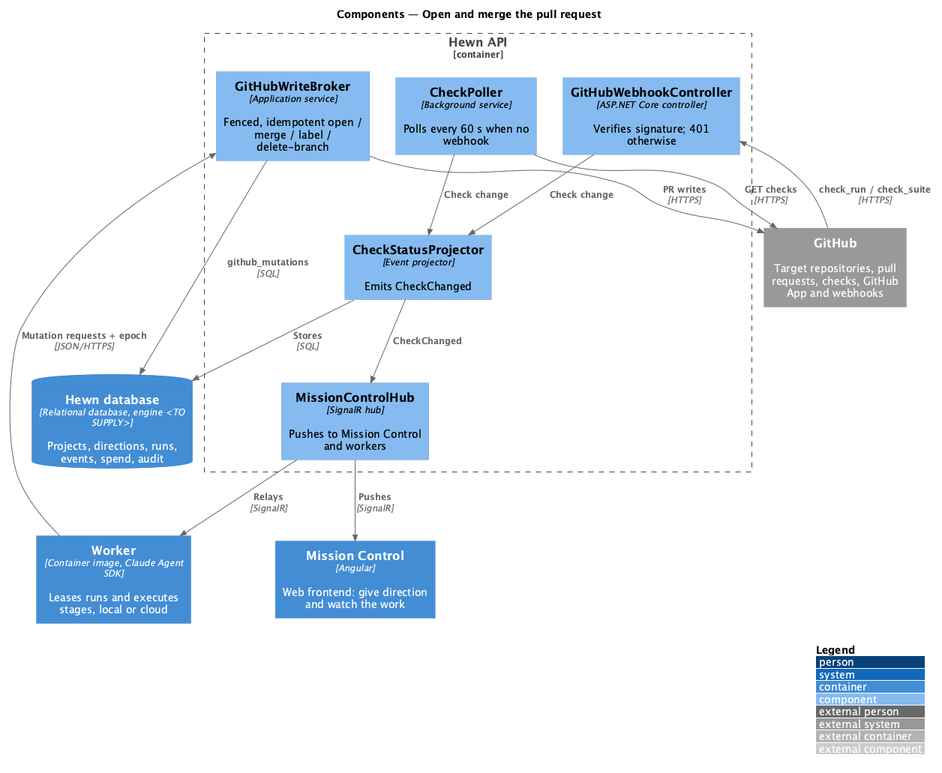
Before: docs/detailed-designs/increments/open-and-merge-pull-request/diagrams/c4-component.png, a diagram exported from PlantUML (QuinntyneBrown/hewn). The source it was exported from:
```plantuml
@startuml
!include <C4/C4_Component>
LAYOUT_WITH_LEGEND()
title Components — Open and merge the pull request

Container(worker, "Worker", "Container image, Claude Agent SDK", "Leases runs and executes stages, local or cloud")
Container(spa, "Mission Control", "Angular", "Web frontend: give direction and watch the work")
ContainerDb(db, "Hewn database", "Relational database, engine <TO SUPPLY>", "Projects, directions, runs, events, spend, audit")
Container_Boundary(api_b, "Hewn API") {
  Component(broker, "GitHubWriteBroker", "Application service", "Fenced, idempotent open / merge / label / delete-branch")
  Component(hook, "GitHubWebhookController", "ASP.NET Core controller", "Verifies signature; 401 otherwise")
  Component(poll, "CheckPoller", "Background service", "Polls every 60 s when no webhook")
  Component(proj, "CheckStatusProjector", "Event projector", "Emits CheckChanged")
  Component(hub, "MissionControlHub", "SignalR hub", "Pushes to Mission Control and workers")
}
System_Ext(github, "GitHub", "Target repositories, pull requests, checks, GitHub App and webhooks")

Rel(worker, broker, "Mutation requests + epoch", "JSON/HTTPS")
Rel(broker, github, "PR writes", "HTTPS")
Rel(broker, db, "github_mutations", "SQL")
Rel(github, hook, "check_run / check_suite", "HTTPS")
Rel(poll, github, "GET checks", "HTTPS")
Rel(hook, proj, "Check change")
Rel(poll, proj, "Check change")
Rel(proj, db, "Stores", "SQL")
Rel(proj, hub, "CheckChanged")
Rel(hub, spa, "Pushes", "SignalR")
Rel(hub, worker, "Relays", "SignalR")
@enduml
```
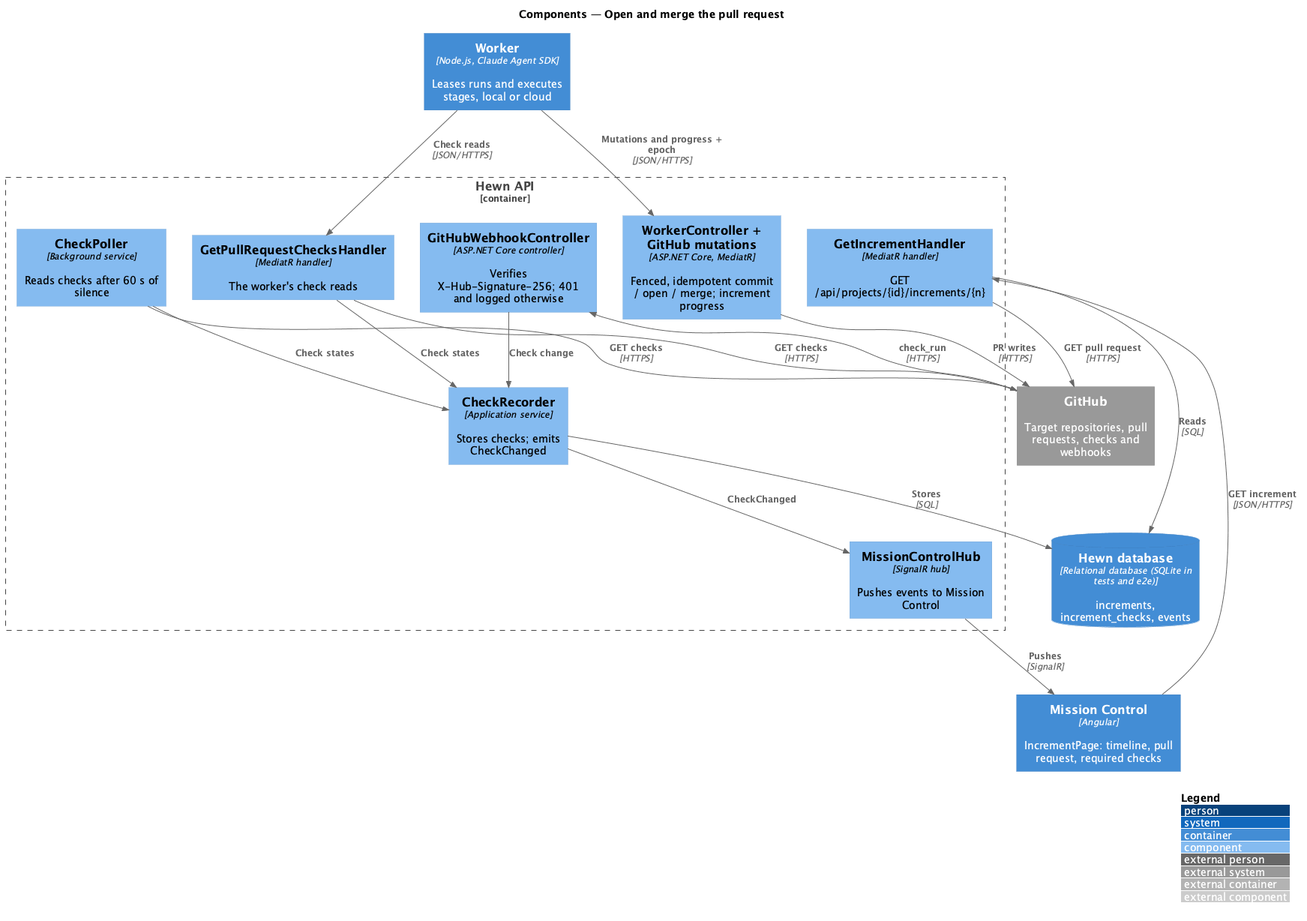
After the commit.

What changed in the source:
```diff
@@ -3,27 +3,32 @@
 LAYOUT_WITH_LEGEND()
 title Components — Open and merge the pull request
 
-Container(worker, "Worker", "Container image, Claude Agent SDK", "Leases runs and executes stages, local or cloud")
-Container(spa, "Mission Control", "Angular", "Web frontend: give direction and watch the work")
-ContainerDb(db, "Hewn database", "Relational database, engine <TO SUPPLY>", "Projects, directions, runs, events, spend, audit")
+Container(worker, "Worker", "Node.js, Claude Agent SDK", "Leases runs and executes stages, local or cloud")
+Container(spa, "Mission Control", "Angular", "IncrementPage: timeline, pull request, required checks")
+ContainerDb(db, "Hewn database", "Relational database (SQLite in tests and e2e)", "increments, increment_checks, events")
 Container_Boundary(api_b, "Hewn API") {
-  Component(broker, "GitHubWriteBroker", "Application service", "Fenced, idempotent open / merge / label / delete-branch")
-  Component(hook, "GitHubWebhookController", "ASP.NET Core controller", "Verifies signature; 401 otherwise")
-  Component(poll, "CheckPoller", "Background service", "Polls every 60 s when no webhook")
-  Component(proj, "CheckStatusProjector", "Event projector", "Emits CheckChanged")
-  Component(hub, "MissionControlHub", "SignalR hub", "Pushes to Mission Control and workers")
+  Component(broker, "WorkerController + GitHub mutations", "ASP.NET Core, MediatR", "Fenced, idempotent commit / open / merge; increment progress")
+  Component(checks, "GetPullRequestChecksHandler", "MediatR handler", "The worker's check reads")
+  Component(hook, "GitHubWebhookController", "ASP.NET Core controller", "Verifies X-Hub-Signature-256; 401 and logged otherwise")
+  Component(poll, "CheckPoller", "Background service", "Reads checks after 60 s of silence")
+  Component(recorder, "CheckRecorder", "Application service", "Stores checks; emits CheckChanged")
+  Component(detail, "GetIncrementHandler", "MediatR handler", "GET /api/projects/{id}/increments/{n}")
+  Component(hub, "MissionControlHub", "SignalR hub", "Pushes events to Mission Control")
 }
-System_Ext(github, "GitHub", "Target repositories, pull requests, checks, GitHub App and webhooks")
-
-Rel(worker, broker, "Mutation requests + epoch", "JSON/HTTPS")
+System_Ext(github, "GitHub", "Target repositories, pull requests, checks and webhooks")
+Rel(worker, broker, "Mutations and progress + epoch", "JSON/HTTPS")
+Rel(worker, checks, "Check reads", "JSON/HTTPS")
 Rel(broker, github, "PR writes", "HTTPS")
-Rel(broker, db, "github_mutations", "SQL")
-Rel(github, hook, "check_run / check_suite", "HTTPS")
+Rel(github, hook, "check_run", "HTTPS")
+Rel(checks, github, "GET checks", "HTTPS")
 Rel(poll, github, "GET checks", "HTTPS")
-Rel(hook, proj, "Check change")
-Rel(poll, proj, "Check change")
-Rel(proj, db, "Stores", "SQL")
-Rel(proj, hub, "CheckChanged")
+Rel(hook, recorder, "Check change")
+Rel(checks, recorder, "Check states")
+Rel(poll, recorder, "Check states")
+Rel(recorder, db, "Stores", "SQL")
+Rel(recorder, hub, "CheckChanged")
+Rel(detail, db, "Reads", "SQL")
+Rel(detail, github, "GET pull request", "HTTPS")
+Rel(spa, detail, "GET increment", "JSON/HTTPS")
 Rel(hub, spa, "Pushes", "SignalR")
-Rel(hub, worker, "Relays", "SignalR")
 @enduml
```
